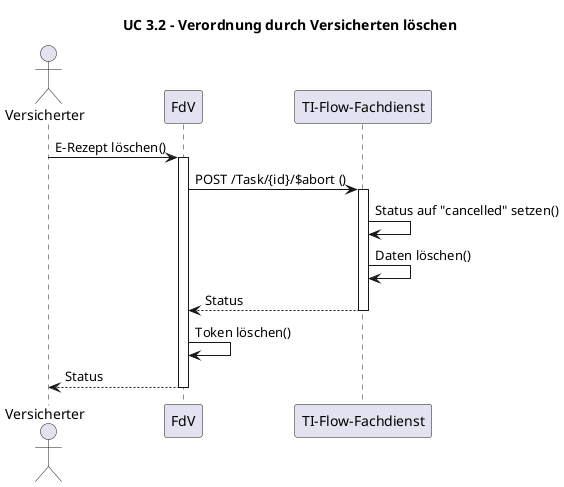
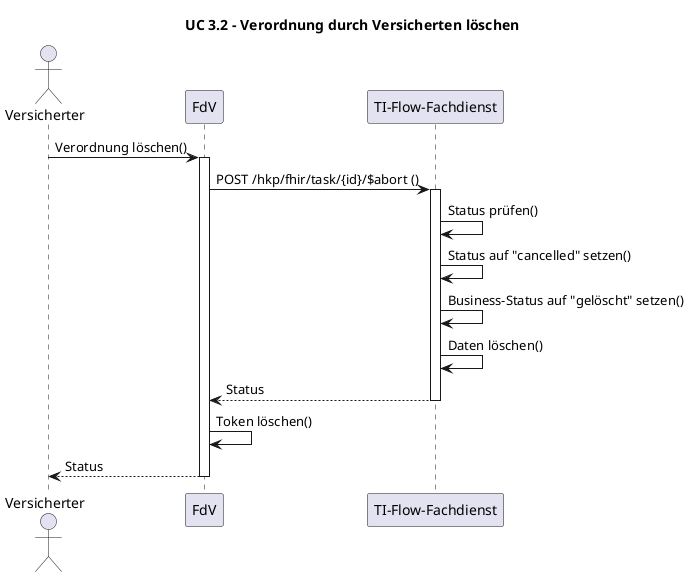
@startuml
title UC 3.2 - Verordnung durch Versicherten löschen

actor "Versicherter" as V
participant "FdV" as FdV
participant "TI-Flow-Fachdienst" as FD

- V -> FdV: E-Rezept löschen()
+ V -> FdV: Verordnung löschen()
activate FdV

- FdV -> FD: POST /Task/{id}/$abort ()
+ FdV -> FD: POST /hkp/fhir/task/{id}/$abort ()
activate FD
+ FD -> FD: Status prüfen()
FD -> FD: Status auf "cancelled" setzen()
+ FD -> FD: Business-Status auf "gelöscht" setzen()
FD -> FD: Daten löschen()
FD --> FdV: Status
deactivate FD

FdV -> FdV: Token löschen()
FdV --> V: Status
deactivate FdV

- @enduml
+ @enduml